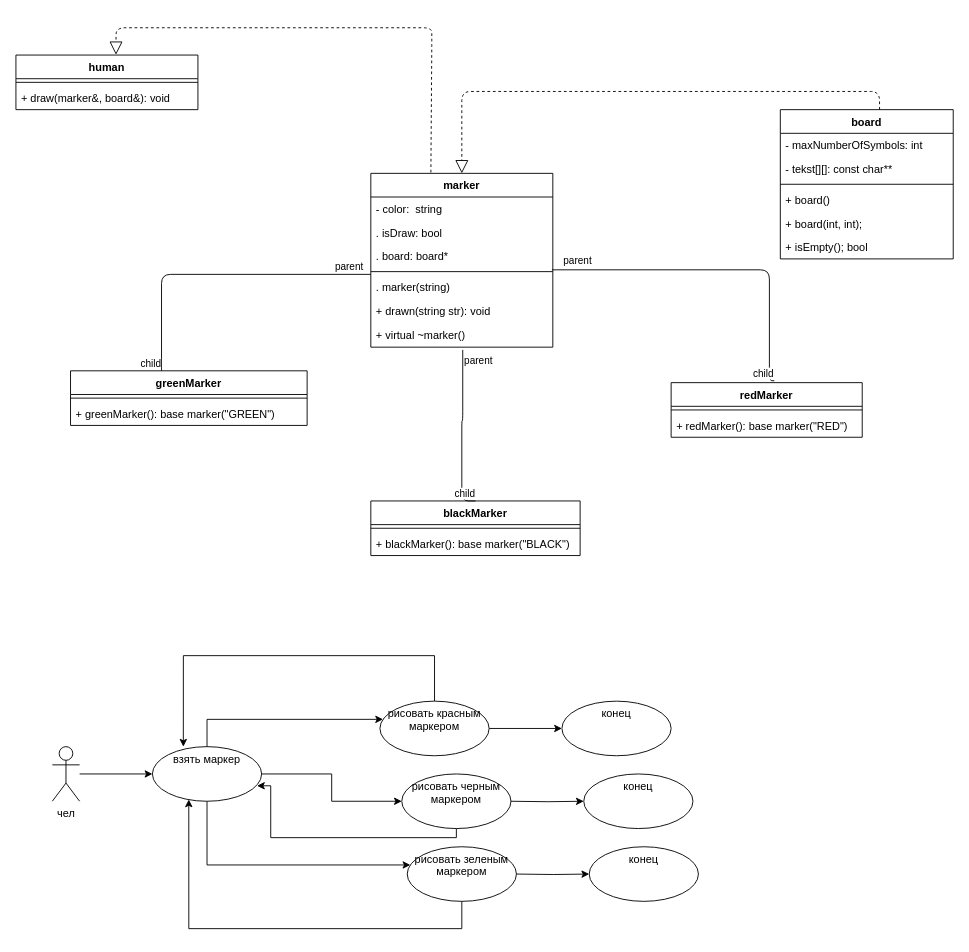
Above: PENCILE.drawio in nfb1N/drawio (draw.io), before the change. Source tidied: cells renumbered, new cells numbered last; positions are measured from the earlier drawing's top-left corner, leaving out a move shared by most shapes. Both pictures are drawn from the tidied source at 91%, with x=0, y=0 at pixel (15, 27).
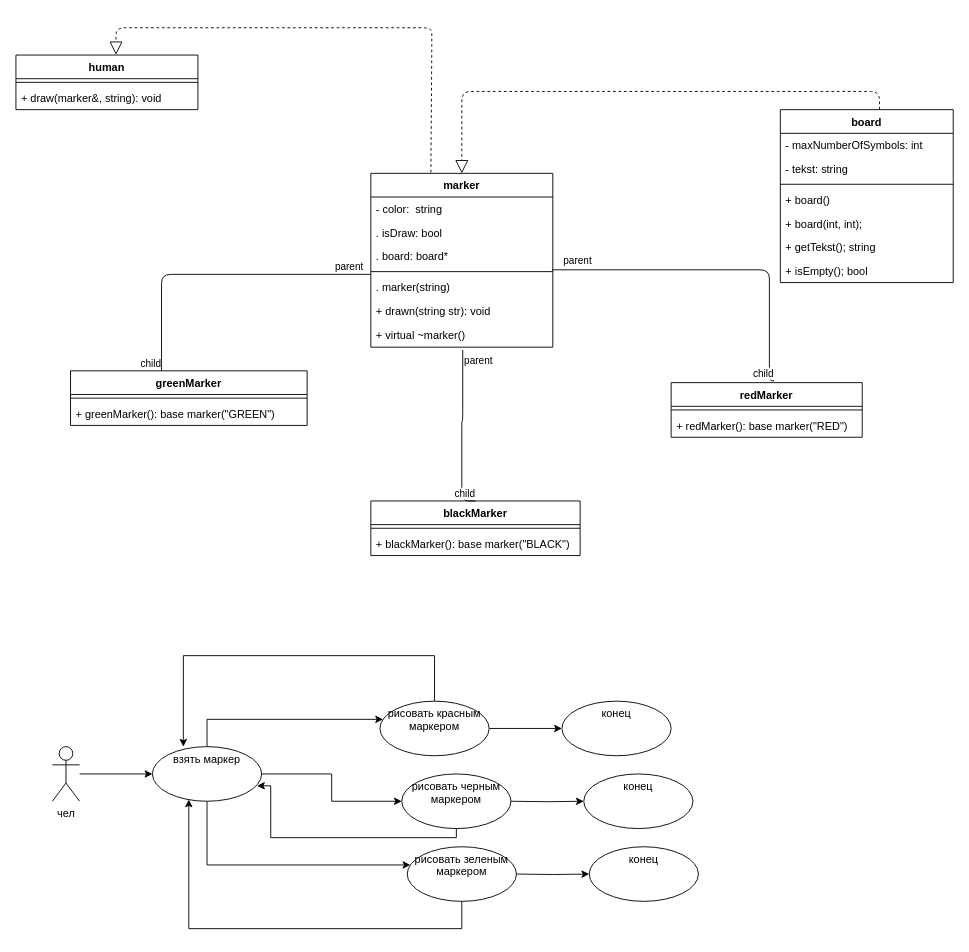
The same diagram, later.

The change refers to these unchanged cells:
```xml
<mxCell id="36" value="human" style="swimlane;fontStyle=1;align=center;verticalAlign=top;horizontal=1;startSize=26;" parent="1" vertex="1">
  <mxGeometry y="30" width="200" height="60" as="geometry" />
</mxCell>
```

Change to the diagram source:
```diff
@@
     <mxCell id="28" value="board" style="swimlane;fontStyle=1;align=center;verticalAlign=top;horizontal=1;startSize=26;" parent="1" vertex="1">
-      <mxGeometry x="840" y="90" width="190" height="164" as="geometry" />
+      <mxGeometry x="840" y="90" width="190" height="190" as="geometry" />
     </mxCell>
@@
-    <mxCell id="30" value="- tekst[][]: const char**" style="text;strokeColor=none;fillColor=none;align=left;verticalAlign=top;spacingLeft=4;spacingRight=4;overflow=hidden;" parent="28" vertex="1">
+    <mxCell id="30" value="- tekst: string" style="text;strokeColor=none;fillColor=none;align=left;verticalAlign=top;spacingLeft=4;spacingRight=4;overflow=hidden;" parent="28" vertex="1">
       <mxGeometry y="52" width="190" height="26" as="geometry" />
     </mxCell>
@@
+    <mxCell id="58" value="+ getTekst(); string" style="text;strokeColor=none;fillColor=none;align=left;verticalAlign=top;spacingLeft=4;spacingRight=4;overflow=hidden;" parent="28" vertex="1">
+      <mxGeometry y="138" width="190" height="26" as="geometry" />
+    </mxCell>
     <mxCell id="34" value="+ isEmpty(); bool" style="text;strokeColor=none;fillColor=none;align=left;verticalAlign=top;spacingLeft=4;spacingRight=4;overflow=hidden;" parent="28" vertex="1">
-      <mxGeometry y="138" width="190" height="26" as="geometry" />
+      <mxGeometry y="164" width="190" height="26" as="geometry" />
     </mxCell>
@@
-    <mxCell id="38" value="+ draw(marker&amp;, board&amp;): void" style="text;strokeColor=none;fillColor=none;align=left;verticalAlign=top;spacingLeft=4;spacingRight=4;overflow=hidden;" parent="36" vertex="1">
+    <mxCell id="38" value="+ draw(marker&amp;, string): void" style="text;strokeColor=none;fillColor=none;align=left;verticalAlign=top;spacingLeft=4;spacingRight=4;overflow=hidden;" parent="36" vertex="1">
       <mxGeometry y="34" width="200" height="26" as="geometry" />
     </mxCell>
```
